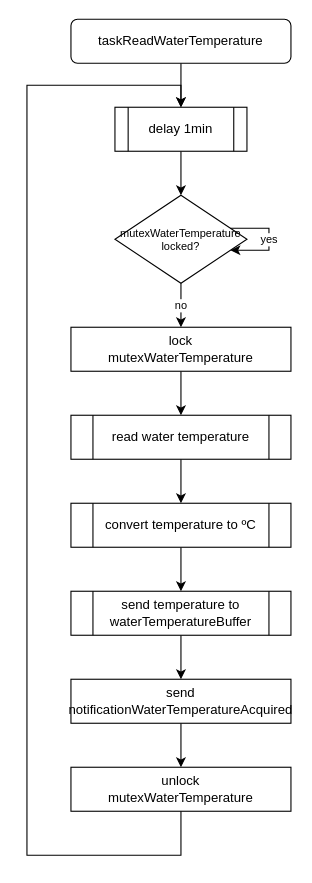
rafaelandrepedro/embebidos2122 keeps this draw.io diagram as Diagrams/taskReadWaterTemperature.drawio. Above is the earlier version. Source tidied: cells renumbered, new cells numbered last; positions are measured from the earlier drawing's top-left corner, leaving out a move shared by most shapes. Both pictures are drawn from the tidied source at 110%, with x=0, y=0 at pixel (26, 19).
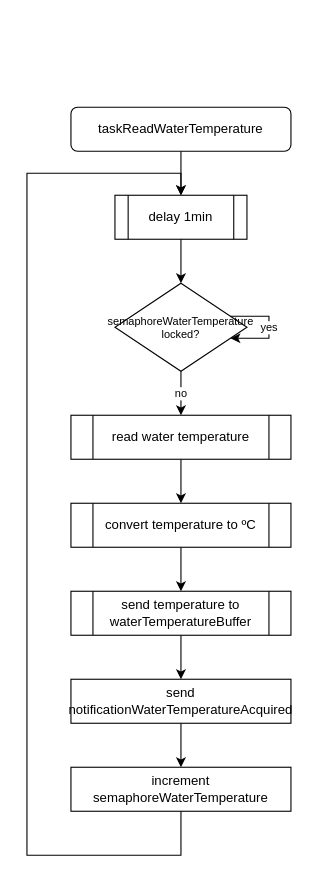
Above is the later version.

Unchanged cells that the change refers to:
```xml
<mxCell id="18" value="read water temperature" style="shape=process;whiteSpace=wrap;html=1;backgroundOutline=1;" parent="1" vertex="1">
  <mxGeometry x="40" y="360" width="200" height="40" as="geometry" />
</mxCell>
```

The edit, as a diff of the source:
```diff
@@
     <mxCell id="3" value="taskReadWaterTemperature" style="rounded=1;whiteSpace=wrap;html=1;" parent="1" vertex="1">
-      <mxGeometry x="40" width="200" height="40" as="geometry" />
+      <mxGeometry x="40" y="80" width="200" height="40" as="geometry" />
     </mxCell>
@@
     <mxCell id="5" value="delay 1min" style="shape=process;whiteSpace=wrap;html=1;backgroundOutline=1;" parent="1" vertex="1">
-      <mxGeometry x="80" y="80" width="120" height="40" as="geometry" />
+      <mxGeometry x="80" y="160" width="120" height="40" as="geometry" />
     </mxCell>
-    <mxCell id="6" style="edgeStyle=orthogonalEdgeStyle;rounded=0;jettySize=auto;html=1;" parent="1" edge="1" source="7" target="18">
-      <mxGeometry relative="1" as="geometry" />
-    </mxCell>
-    <mxCell id="7" value="lock&lt;br&gt;mutexWaterTemperature" style="rounded=0;whiteSpace=wrap;html=1;" parent="1" vertex="1">
-      <mxGeometry x="40" y="280" width="200" height="40" as="geometry" />
-    </mxCell>
-    <mxCell id="8" value="no" style="edgeStyle=orthogonalEdgeStyle;rounded=0;jettySize=auto;html=1;fontSize=10;" parent="1" edge="1" source="9" target="7">
-      <mxGeometry relative="1" as="geometry" />
+    <mxCell id="8" value="no" style="edgeStyle=orthogonalEdgeStyle;rounded=0;jettySize=auto;html=1;fontSize=10;" parent="1" edge="1" source="9">
+      <mxGeometry relative="1" as="geometry">
+        <mxPoint x="140" y="360" as="targetPoint" />
+      </mxGeometry>
     </mxCell>
-    <mxCell id="9" value="&lt;span style=&quot;font-size: 10px&quot;&gt;mutexWaterTemperature&lt;br style=&quot;font-size: 10px&quot;&gt;locked?&lt;br style=&quot;font-size: 10px&quot;&gt;&lt;/span&gt;" style="rhombus;whiteSpace=wrap;html=1;fontSize=10;" parent="1" vertex="1">
-      <mxGeometry x="80" y="160" width="120" height="80" as="geometry" />
+    <mxCell id="9" value="semaphoreWaterTemperature&lt;br style=&quot;font-size: 10px&quot;&gt;locked?" style="rhombus;whiteSpace=wrap;html=1;fontSize=10;" parent="1" vertex="1">
+      <mxGeometry x="80" y="240" width="120" height="80" as="geometry" />
     </mxCell>
@@
-    <mxCell id="12" value="unlock&lt;br&gt;mutexWaterTemperature" style="rounded=0;whiteSpace=wrap;html=1;" parent="1" vertex="1">
+    <mxCell id="12" value="increment&lt;br&gt;semaphoreWaterTemperature" style="rounded=0;whiteSpace=wrap;html=1;" parent="1" vertex="1">
       <mxGeometry x="40" y="680" width="200" height="40" as="geometry" />
     </mxCell>
     <mxCell id="13" style="edgeStyle=orthogonalEdgeStyle;rounded=0;jettySize=auto;html=1;entryX=0.5;entryY=0;entryDx=0;entryDy=0;fontSize=10;exitX=0.5;exitY=1;exitDx=0;exitDy=0;" parent="1" edge="1" source="12" target="5">
       <mxGeometry relative="1" as="geometry">
         <Array as="points">
           <mxPoint x="140" y="760" />
           <mxPoint y="760" />
-          <mxPoint y="60" />
-          <mxPoint x="140" y="60" />
+          <mxPoint y="140" />
+          <mxPoint x="140" y="140" />
         </Array>
       </mxGeometry>
     </mxCell>
```
